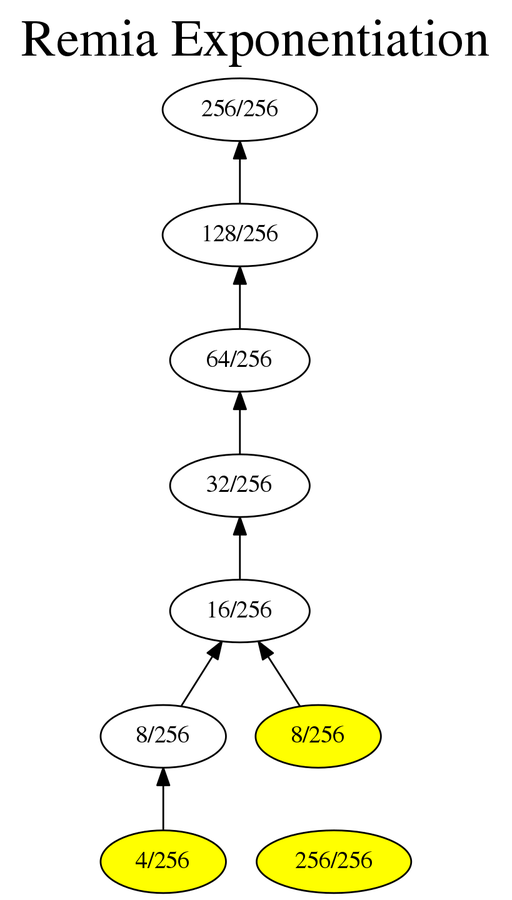
Above: GuiTool/image/Remia/RemiaHeapDot.png in iitramar/guiTool (Graphviz), before the change. Its source is kept beside it as GuiTool/image/Remia/RemiaHeapDot.dot.
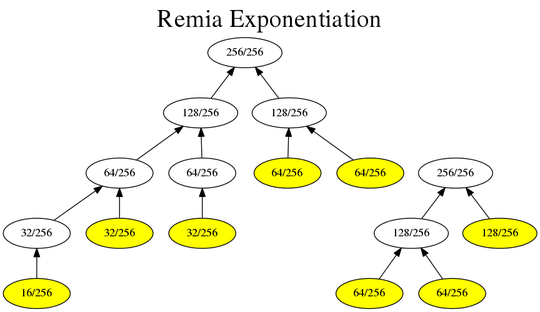
Above is the later version.

Change to the diagram source:
```diff
@@ -1,23 +1,42 @@
 digraph G {
 rankdir = BT;
 graph [label= "Remia Exponentiation", labelloc=t, fontsize=30];
-101[label= " 256/256 " ];
-202[label= " 128/256 " ];
-202->101
-404[label= " 64/256 " ];
-404->202
-808[label= " 32/256 " ];
-808->404
-1616[label= " 16/256 " ];
-1616->808
-3232[label= " 8/256 " ];
-3232->1616
-3233[label= " 8/256 " ];
-3233->1616
-6464[label= " 4/256 " ];
-6464->3232
-6464[style=filled, fillcolor=yellow];
-3233[style=filled, fillcolor=yellow];
 201[label= " 256/256 " ];
-201[style=filled, fillcolor=yellow];
+402[label= " 128/256 " ];
+402->201
+403[label= " 128/256 " ];
+403->201
+804[label= " 64/256 " ];
+804->402
+805[label= " 64/256 " ];
+805->402
+1608[label= " 32/256 " ];
+1608->804
+1609[label= " 32/256 " ];
+1609->804
+3216[label= " 16/256 " ];
+3216->1608
+3216[style=filled, fillcolor=yellow];
+1609[style=filled, fillcolor=yellow];
+1610[label= " 32/256 " ];
+1610->805
+1610[style=filled, fillcolor=yellow];
+806[label= " 64/256 " ];
+806->403
+807[label= " 64/256 " ];
+807->403
+806[style=filled, fillcolor=yellow];
+807[style=filled, fillcolor=yellow];
+301[label= " 256/256 " ];
+602[label= " 128/256 " ];
+602->301
+603[label= " 128/256 " ];
+603->301
+1204[label= " 64/256 " ];
+1204->602
+1205[label= " 64/256 " ];
+1205->602
+1204[style=filled, fillcolor=yellow];
+1205[style=filled, fillcolor=yellow];
+603[style=filled, fillcolor=yellow];
 }
```
